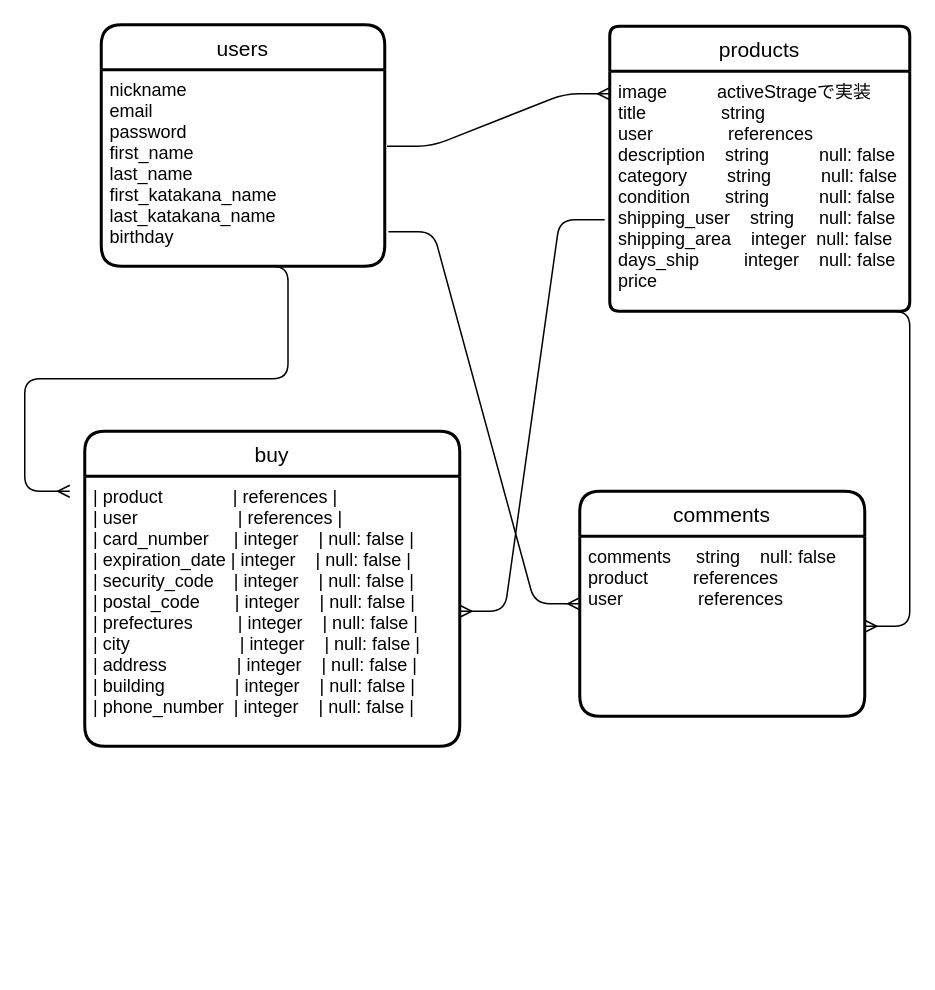
Above: test.dio in yuki2216/furima-33468 (draw.io), before the change. Source tidied: cells renumbered, new cells numbered last; positions are measured from the earlier drawing's top-left corner, leaving out a move shared by most shapes. Both pictures are drawn from the tidied source at 150%, with x=0, y=0 at pixel (69, 24).
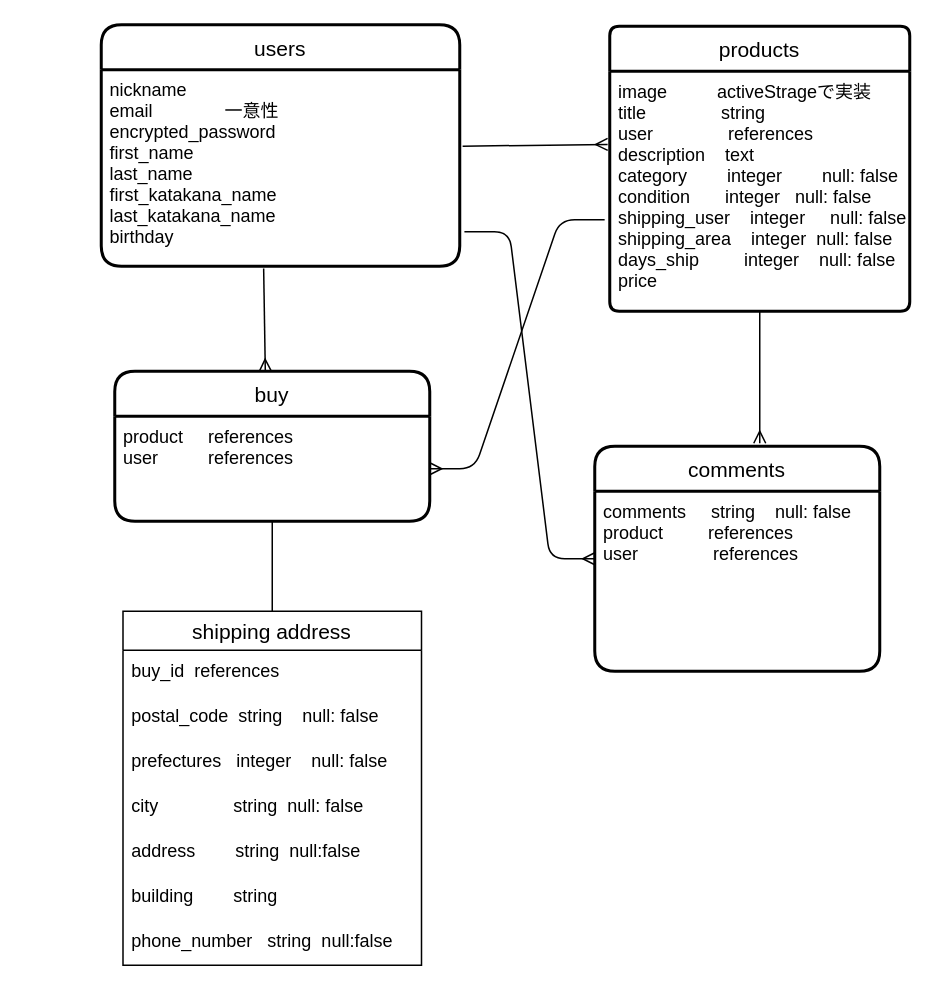
After the change.

Commit message (it also covers changes not shown here):
データベース設計２回目

The change refers to these unchanged cells:
```xml
<mxCell id="4" value="products" style="swimlane;horizontal=1;startSize=30;rounded=1;fontSize=14;fontStyle=0;strokeWidth=2;shadow=0;dashed=0;align=center;arcSize=7;" parent="1" vertex="1">
  <mxGeometry x="360" y="1" width="200" height="190" as="geometry" />
</mxCell>
<mxCell id="7" value="comments     string    null: false&#10;product         references&#10;user               references " style="align=left;strokeColor=none;fillColor=none;spacingLeft=4;fontSize=12;verticalAlign=top;" parent="6" vertex="1">
  <mxGeometry y="30" width="190" height="120" as="geometry" />
</mxCell>
```

The edit, as a diff of the source:
```diff
@@
     <mxCell id="2" value="users" style="swimlane;horizontal=1;startSize=30;rounded=1;fontSize=14;fontStyle=0;strokeWidth=2;shadow=0;dashed=0;align=center;" parent="1" vertex="1">
-      <mxGeometry x="21" width="189" height="161" as="geometry" />
+      <mxGeometry x="21" width="239" height="161" as="geometry" />
     </mxCell>
-    <mxCell id="3" value="nickname&#10;email&#10;password  &#10;first_name  &#10;last_name          &#10;first_katakana_name&#10;last_katakana_name&#10;birthday       " style="align=left;strokeColor=none;fillColor=none;spacingLeft=4;fontSize=12;verticalAlign=top;" parent="2" vertex="1">
-      <mxGeometry y="30" width="189" height="131" as="geometry" />
+    <mxCell id="3" value="nickname&#10;email　　　　一意性　　　&#10;encrypted_password&#10;first_name  &#10;last_name          &#10;first_katakana_name&#10;last_katakana_name&#10;birthday       " style="align=left;strokeColor=none;fillColor=none;spacingLeft=4;fontSize=12;verticalAlign=top;" parent="2" vertex="1">
+      <mxGeometry y="30" width="239" height="131" as="geometry" />
     </mxCell>
@@
-    <mxCell id="5" value="image          activeStrageで実装&#10;title               string      &#10;user               references&#10;description    string          null: false&#10;category        string          null: false&#10;condition       string          null: false&#10;shipping_user    string     null: false&#10;shipping_area    integer  null: false&#10;days_ship         integer    null: false&#10;price      " style="align=left;strokeColor=none;fillColor=none;spacingLeft=4;fontSize=12;verticalAlign=top;" parent="4" vertex="1">
+    <mxCell id="5" value="image          activeStrageで実装&#10;title               string      &#10;user               references&#10;description    text&#10;category        integer        null: false&#10;condition       integer   null: false&#10;shipping_user    integer     null: false&#10;shipping_area    integer  null: false&#10;days_ship         integer    null: false&#10;price      " style="align=left;strokeColor=none;fillColor=none;spacingLeft=4;fontSize=12;verticalAlign=top;fontStyle=0;" parent="4" vertex="1">
       <mxGeometry y="30" width="200" height="160" as="geometry" />
     </mxCell>
     <mxCell id="6" value="comments" style="swimlane;horizontal=1;startSize=30;rounded=1;fontSize=14;fontStyle=0;strokeWidth=2;shadow=0;dashed=0;align=center;" parent="1" vertex="1">
-      <mxGeometry x="340" y="311" width="190" height="150" as="geometry" />
+      <mxGeometry x="350" y="281" width="190" height="150" as="geometry" />
     </mxCell>
@@
     <mxCell id="8" value="buy" style="swimlane;horizontal=1;startSize=30;rounded=1;fontSize=14;fontStyle=0;strokeWidth=2;shadow=0;dashed=0;align=center;" parent="1" vertex="1">
-      <mxGeometry x="10" y="271" width="250" height="210" as="geometry" />
+      <mxGeometry x="30" y="231" width="210" height="100" as="geometry" />
     </mxCell>
-    <mxCell id="9" value="| product              | references |            &#10;| user                    | references |            &#10;| card_number     | integer    | null: false |&#10;| expiration_date | integer    | null: false |&#10;| security_code    | integer    | null: false |&#10;| postal_code       | integer    | null: false |&#10;| prefectures         | integer    | null: false |&#10;| city                      | integer    | null: false |&#10;| address              | integer    | null: false |&#10;| building              | integer    | null: false |&#10;| phone_number  | integer    | null: false |" style="align=left;strokeColor=none;fillColor=none;spacingLeft=4;fontSize=12;verticalAlign=top;" parent="8" vertex="1">
-      <mxGeometry y="30" width="250" height="180" as="geometry" />
+    <mxCell id="9" value="product     references             &#10;user          references " style="align=left;strokeColor=none;fillColor=none;spacingLeft=4;fontSize=12;verticalAlign=top;fontStyle=0;" parent="8" vertex="1">
+      <mxGeometry y="30" width="210" height="70" as="geometry" />
     </mxCell>
-    <mxCell id="10" style="edgeStyle=entityRelationEdgeStyle;fontSize=12;html=1;endArrow=ERmany;exitX=1.008;exitY=0.389;exitDx=0;exitDy=0;exitPerimeter=0;jumpSize=14;" parent="1" edge="1" source="3">
-      <mxGeometry relative="1" as="geometry">
-        <mxPoint x="360" y="46" as="targetPoint" />
-      </mxGeometry>
+    <mxCell id="10" style="fontSize=12;html=1;endArrow=ERmany;exitX=1.008;exitY=0.389;exitDx=0;exitDy=0;exitPerimeter=0;jumpSize=14;entryX=-0.007;entryY=0.305;entryDx=0;entryDy=0;entryPerimeter=0;" parent="1" edge="1" source="3" target="5">
+      <mxGeometry relative="1" as="geometry" />
     </mxCell>
-    <mxCell id="11" style="edgeStyle=entityRelationEdgeStyle;fontSize=12;html=1;endArrow=ERmany;exitX=0.5;exitY=1;exitDx=0;exitDy=0;" parent="1" edge="1" source="3">
-      <mxGeometry relative="1" as="geometry">
-        <mxPoint y="311" as="targetPoint" />
-      </mxGeometry>
-    </mxCell>
-    <mxCell id="12" style="edgeStyle=entityRelationEdgeStyle;fontSize=12;html=1;endArrow=ERmany;exitX=0.25;exitY=1;exitDx=0;exitDy=0;" parent="1" edge="1" source="5" target="7">
-      <mxGeometry relative="1" as="geometry" />
+    <mxCell id="12" style="edgeStyle=orthogonalEdgeStyle;fontSize=12;html=1;endArrow=ERmany;" parent="1" edge="1" source="5">
+      <mxGeometry relative="1" as="geometry">
+        <mxPoint x="460" y="279" as="targetPoint" />
+      </mxGeometry>
     </mxCell>
@@
+    <mxCell id="15" style="fontSize=12;html=1;endArrow=ERmany;exitX=0.453;exitY=1.011;exitDx=0;exitDy=0;exitPerimeter=0;entryX=0.478;entryY=0;entryDx=0;entryDy=0;entryPerimeter=0;" parent="1" edge="1" source="3" target="8">
+      <mxGeometry relative="1" as="geometry" />
+    </mxCell>
+    <mxCell id="16" value="shipping address" style="swimlane;fontStyle=0;horizontal=1;startSize=26;align=center;fontSize=14;" parent="1" vertex="1">
+      <mxGeometry x="35.5" y="391" width="199" height="236" as="geometry" />
+    </mxCell>
+    <mxCell id="17" value="buy_id  references" style="text;strokeColor=none;fillColor=none;spacingLeft=4;spacingRight=4;overflow=hidden;fontSize=12;" parent="16" vertex="1">
+      <mxGeometry y="26" width="199" height="30" as="geometry" />
+    </mxCell>
+    <mxCell id="18" value="postal_code  string    null: false" style="text;strokeColor=none;fillColor=none;spacingLeft=4;spacingRight=4;overflow=hidden;fontSize=12;" parent="16" vertex="1">
+      <mxGeometry y="56" width="199" height="30" as="geometry" />
+    </mxCell>
+    <mxCell id="19" value="prefectures   integer    null: false" style="text;strokeColor=none;fillColor=none;spacingLeft=4;spacingRight=4;overflow=hidden;fontSize=12;fontStyle=0;" parent="16" vertex="1">
+      <mxGeometry y="86" width="199" height="30" as="geometry" />
+    </mxCell>
+    <mxCell id="20" value="city               string  null: false" style="text;strokeColor=none;fillColor=none;spacingLeft=4;spacingRight=4;overflow=hidden;fontSize=12;" parent="16" vertex="1">
+      <mxGeometry y="116" width="199" height="30" as="geometry" />
+    </mxCell>
+    <mxCell id="21" value="address        string  null:false" style="text;strokeColor=none;fillColor=none;spacingLeft=4;spacingRight=4;overflow=hidden;fontSize=12;" parent="16" vertex="1">
+      <mxGeometry y="146" width="199" height="30" as="geometry" />
+    </mxCell>
+    <mxCell id="22" value="building        string" style="text;strokeColor=none;fillColor=none;spacingLeft=4;spacingRight=4;overflow=hidden;fontSize=12;" parent="16" vertex="1">
+      <mxGeometry y="176" width="199" height="30" as="geometry" />
+    </mxCell>
+    <mxCell id="23" value="phone_number   string  null:false" style="text;strokeColor=none;fillColor=none;spacingLeft=4;spacingRight=4;overflow=hidden;fontSize=12;fontStyle=0;" parent="16" vertex="1">
+      <mxGeometry y="206" width="199" height="30" as="geometry" />
+    </mxCell>
+    <mxCell id="24" style="edgeStyle=none;rounded=0;jumpSize=14;jettySize=auto;html=1;entryX=0.5;entryY=0;entryDx=0;entryDy=0;endArrow=none;endFill=0;" parent="1" edge="1" source="9" target="16">
+      <mxGeometry relative="1" as="geometry" />
+    </mxCell>
```
